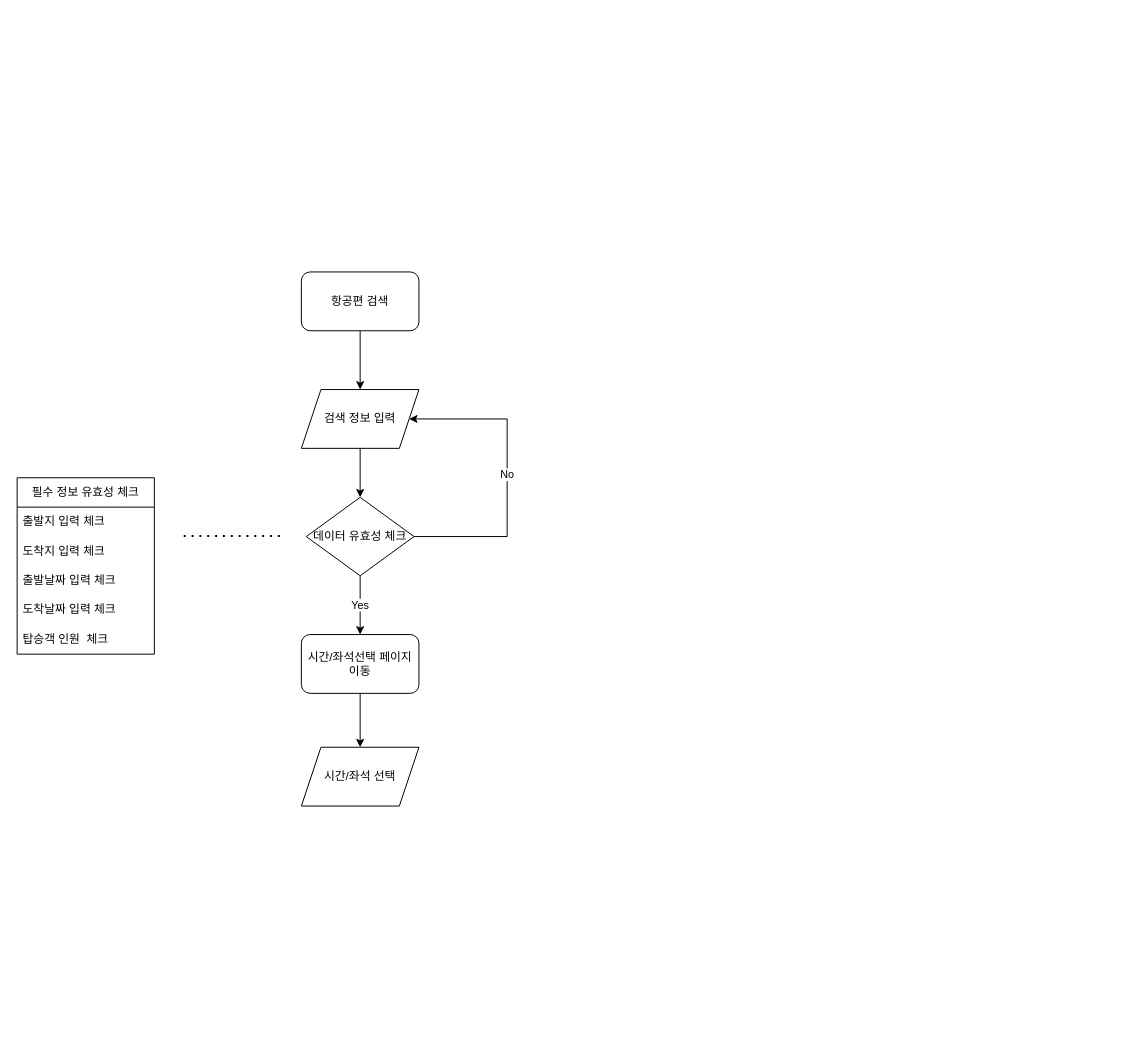
The draw.io diagram page "예약" (2 of 2) of 제목 없는 다이어그램.drawio in awfawf123/workspace, before the edit. Source tidied: cells renumbered, new cells numbered last; positions are measured from the earlier drawing's top-left corner, leaving out a move shared by most shapes. Both pictures are drawn from the tidied source at 98%, with x=0, y=0 at pixel (17, 271).
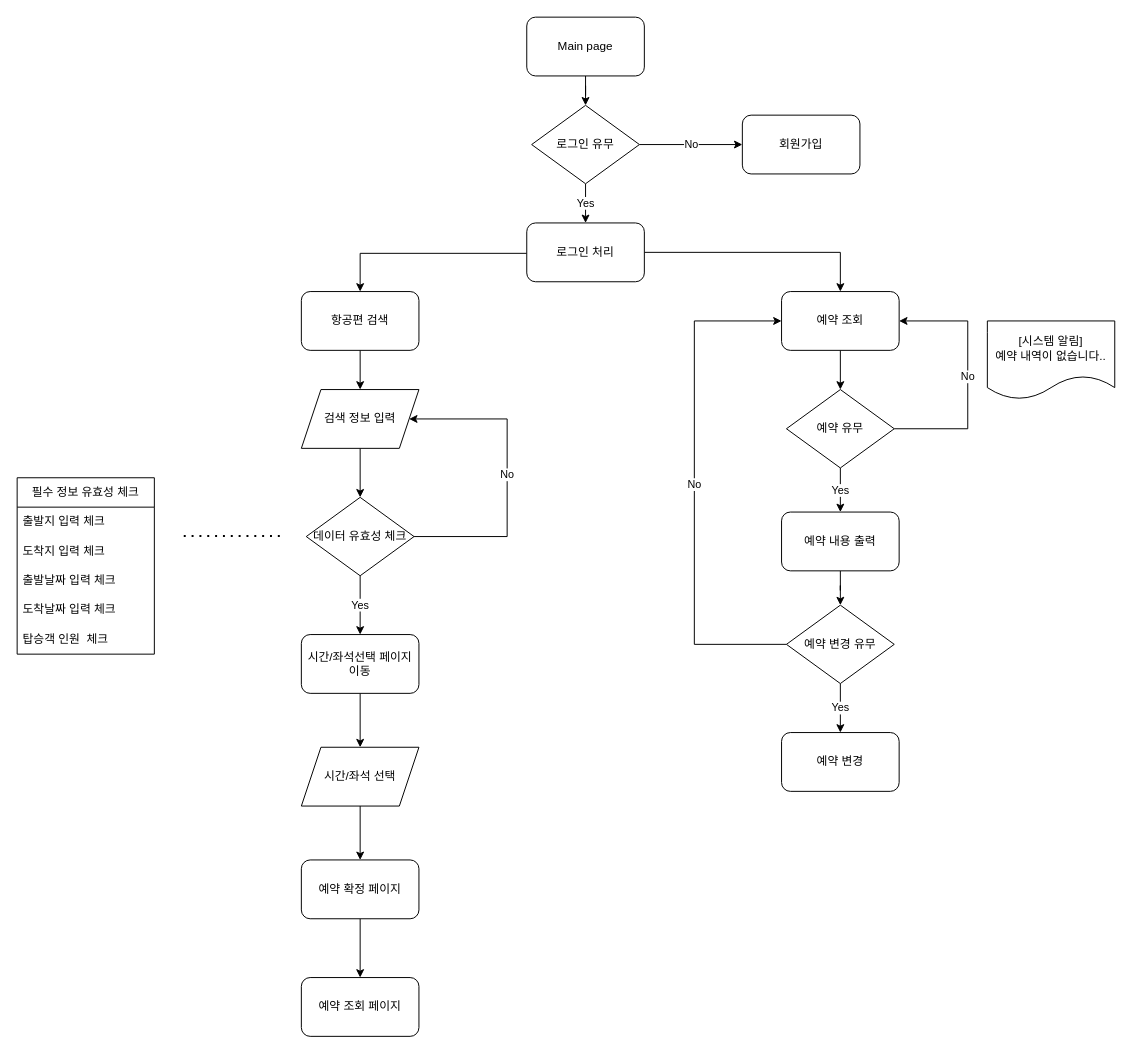
After the change.

The change refers to these unchanged cells:
```xml
<mxCell id="5" value="검색 정보 입력" style="shape=parallelogram;perimeter=parallelogramPerimeter;whiteSpace=wrap;html=1;fixedSize=1;" parent="1" vertex="1">
  <mxGeometry x="290" y="120" width="120" height="60" as="geometry" />
</mxCell>
<mxCell id="18" value="시간/좌석 선택" style="shape=parallelogram;perimeter=parallelogramPerimeter;whiteSpace=wrap;html=1;fixedSize=1;" parent="1" vertex="1">
  <mxGeometry x="290" y="485" width="120" height="60" as="geometry" />
</mxCell>
```

The edit, as a diff of the source:
```diff
@@
-    <mxCell id="2" style="edgeStyle=orthogonalEdgeStyle;rounded=0;jettySize=auto;html=1;entryX=0.5;entryY=0;entryDx=0;entryDy=0;" parent="1" edge="1" source="3" target="5">
-      <mxGeometry relative="1" as="geometry" />
-    </mxCell>
+    <mxCell id="19" style="edgeStyle=orthogonalEdgeStyle;rounded=0;jettySize=auto;html=1;" parent="1" edge="1" source="3">
+      <mxGeometry relative="1" as="geometry">
+        <mxPoint x="350" y="20" as="targetPoint" />
+        <Array as="points">
+          <mxPoint x="350" y="-19" />
+        </Array>
+      </mxGeometry>
+    </mxCell>
+    <mxCell id="20" style="edgeStyle=orthogonalEdgeStyle;rounded=0;jettySize=auto;html=1;entryX=0.5;entryY=0;entryDx=0;entryDy=0;" parent="1" edge="1" source="3" target="34">
+      <mxGeometry relative="1" as="geometry">
+        <Array as="points">
+          <mxPoint x="840" y="-20" />
+        </Array>
+      </mxGeometry>
+    </mxCell>
-    <mxCell id="3" value="항공편 검색" style="rounded=1;whiteSpace=wrap;html=1;" parent="1" vertex="1">
-      <mxGeometry x="290" width="120" height="60" as="geometry" />
+    <mxCell id="3" value="로그인 처리" style="rounded=1;whiteSpace=wrap;html=1;" parent="1" vertex="1">
+      <mxGeometry x="520" y="-50" width="120" height="60" as="geometry" />
     </mxCell>
@@
+    <mxCell id="21" style="edgeStyle=orthogonalEdgeStyle;rounded=0;jettySize=auto;html=1;entryX=0.5;entryY=0;entryDx=0;entryDy=0;" parent="1" edge="1" source="18" target="23">
+      <mxGeometry relative="1" as="geometry" />
+    </mxCell>
@@
+    <mxCell id="22" style="edgeStyle=orthogonalEdgeStyle;rounded=0;jettySize=auto;html=1;entryX=0.5;entryY=0;entryDx=0;entryDy=0;" parent="1" edge="1" source="23" target="30">
+      <mxGeometry relative="1" as="geometry" />
+    </mxCell>
+    <mxCell id="23" value="예약 확정 페이지" style="rounded=1;whiteSpace=wrap;html=1;" parent="1" vertex="1">
+      <mxGeometry x="290" y="600" width="120" height="60" as="geometry" />
+    </mxCell>
+    <mxCell id="24" style="edgeStyle=orthogonalEdgeStyle;rounded=0;jettySize=auto;html=1;entryX=0.5;entryY=0;entryDx=0;entryDy=0;" parent="1" edge="1" source="25" target="28">
+      <mxGeometry relative="1" as="geometry" />
+    </mxCell>
+    <mxCell id="25" value="Main page" style="rounded=1;whiteSpace=wrap;html=1;" parent="1" vertex="1">
+      <mxGeometry x="520" y="-260" width="120" height="60" as="geometry" />
+    </mxCell>
+    <mxCell id="26" value="Yes" style="edgeStyle=orthogonalEdgeStyle;rounded=0;jettySize=auto;html=1;entryX=0.5;entryY=0;entryDx=0;entryDy=0;" parent="1" edge="1" source="28" target="3">
+      <mxGeometry relative="1" as="geometry" />
+    </mxCell>
+    <mxCell id="27" value="No" style="edgeStyle=orthogonalEdgeStyle;rounded=0;jettySize=auto;html=1;entryX=0;entryY=0.5;entryDx=0;entryDy=0;" parent="1" edge="1" source="28" target="29">
+      <mxGeometry relative="1" as="geometry" />
+    </mxCell>
+    <mxCell id="28" value="로그인 유무" style="rhombus;whiteSpace=wrap;html=1;" parent="1" vertex="1">
+      <mxGeometry x="525" y="-170" width="110" height="80" as="geometry" />
+    </mxCell>
+    <mxCell id="29" value="회원가입" style="rounded=1;whiteSpace=wrap;html=1;" parent="1" vertex="1">
+      <mxGeometry x="740" y="-160" width="120" height="60" as="geometry" />
+    </mxCell>
+    <mxCell id="30" value="예약 조회 페이지" style="rounded=1;whiteSpace=wrap;html=1;" parent="1" vertex="1">
+      <mxGeometry x="290" y="720" width="120" height="60" as="geometry" />
+    </mxCell>
+    <mxCell id="31" style="edgeStyle=orthogonalEdgeStyle;rounded=0;jettySize=auto;html=1;entryX=0.5;entryY=0;entryDx=0;entryDy=0;" parent="1" edge="1" source="32" target="5">
+      <mxGeometry relative="1" as="geometry" />
+    </mxCell>
+    <mxCell id="32" value="항공편 검색" style="rounded=1;whiteSpace=wrap;html=1;" parent="1" vertex="1">
+      <mxGeometry x="290" y="20" width="120" height="60" as="geometry" />
+    </mxCell>
+    <mxCell id="33" style="edgeStyle=orthogonalEdgeStyle;rounded=0;jettySize=auto;html=1;entryX=0.5;entryY=0;entryDx=0;entryDy=0;" parent="1" edge="1" source="34" target="37">
+      <mxGeometry relative="1" as="geometry" />
+    </mxCell>
+    <mxCell id="34" value="예약 조회" style="rounded=1;whiteSpace=wrap;html=1;" parent="1" vertex="1">
+      <mxGeometry x="780" y="20" width="120" height="60" as="geometry" />
+    </mxCell>
+    <mxCell id="35" value="No" style="edgeStyle=orthogonalEdgeStyle;rounded=0;jettySize=auto;html=1;entryX=1;entryY=0.5;entryDx=0;entryDy=0;" parent="1" edge="1" source="37" target="34">
+      <mxGeometry relative="1" as="geometry">
+        <Array as="points">
+          <mxPoint x="970" y="160" />
+          <mxPoint x="970" y="50" />
+        </Array>
+      </mxGeometry>
+    </mxCell>
+    <mxCell id="36" value="Yes" style="edgeStyle=orthogonalEdgeStyle;rounded=0;jettySize=auto;html=1;entryX=0.5;entryY=0;entryDx=0;entryDy=0;" parent="1" edge="1" source="37" target="40">
+      <mxGeometry relative="1" as="geometry" />
+    </mxCell>
+    <mxCell id="37" value="예약 유무" style="rhombus;whiteSpace=wrap;html=1;" parent="1" vertex="1">
+      <mxGeometry x="785" y="120" width="110" height="80" as="geometry" />
+    </mxCell>
+    <mxCell id="38" value="[시스템 알림]&lt;br&gt;예약 내역이 없습니다.." style="shape=document;whiteSpace=wrap;html=1;boundedLbl=1;" parent="1" vertex="1">
+      <mxGeometry x="990" y="50" width="130" height="80" as="geometry" />
+    </mxCell>
+    <mxCell id="39" style="edgeStyle=orthogonalEdgeStyle;rounded=0;jettySize=auto;html=1;entryX=0.5;entryY=0;entryDx=0;entryDy=0;" parent="1" edge="1" source="40" target="43">
+      <mxGeometry relative="1" as="geometry" />
+    </mxCell>
+    <mxCell id="40" value="예약 내용 출력" style="rounded=1;whiteSpace=wrap;html=1;" parent="1" vertex="1">
+      <mxGeometry x="780" y="245" width="120" height="60" as="geometry" />
+    </mxCell>
+    <mxCell id="41" value="Yes" style="edgeStyle=orthogonalEdgeStyle;rounded=0;jettySize=auto;html=1;entryX=0.5;entryY=0;entryDx=0;entryDy=0;" parent="1" edge="1" source="43" target="44">
+      <mxGeometry relative="1" as="geometry" />
+    </mxCell>
+    <mxCell id="42" value="No" style="edgeStyle=orthogonalEdgeStyle;rounded=0;jettySize=auto;html=1;entryX=0;entryY=0.5;entryDx=0;entryDy=0;" parent="1" edge="1" source="43" target="34">
+      <mxGeometry relative="1" as="geometry">
+        <Array as="points">
+          <mxPoint x="691" y="380" />
+          <mxPoint x="691" y="50" />
+        </Array>
+      </mxGeometry>
+    </mxCell>
+    <mxCell id="43" value="예약 변경 유무" style="rhombus;whiteSpace=wrap;html=1;" parent="1" vertex="1">
+      <mxGeometry x="785" y="340" width="110" height="80" as="geometry" />
+    </mxCell>
+    <mxCell id="44" value="예약 변경" style="rounded=1;whiteSpace=wrap;html=1;" parent="1" vertex="1">
+      <mxGeometry x="780" y="470" width="120" height="60" as="geometry" />
+    </mxCell>
```
